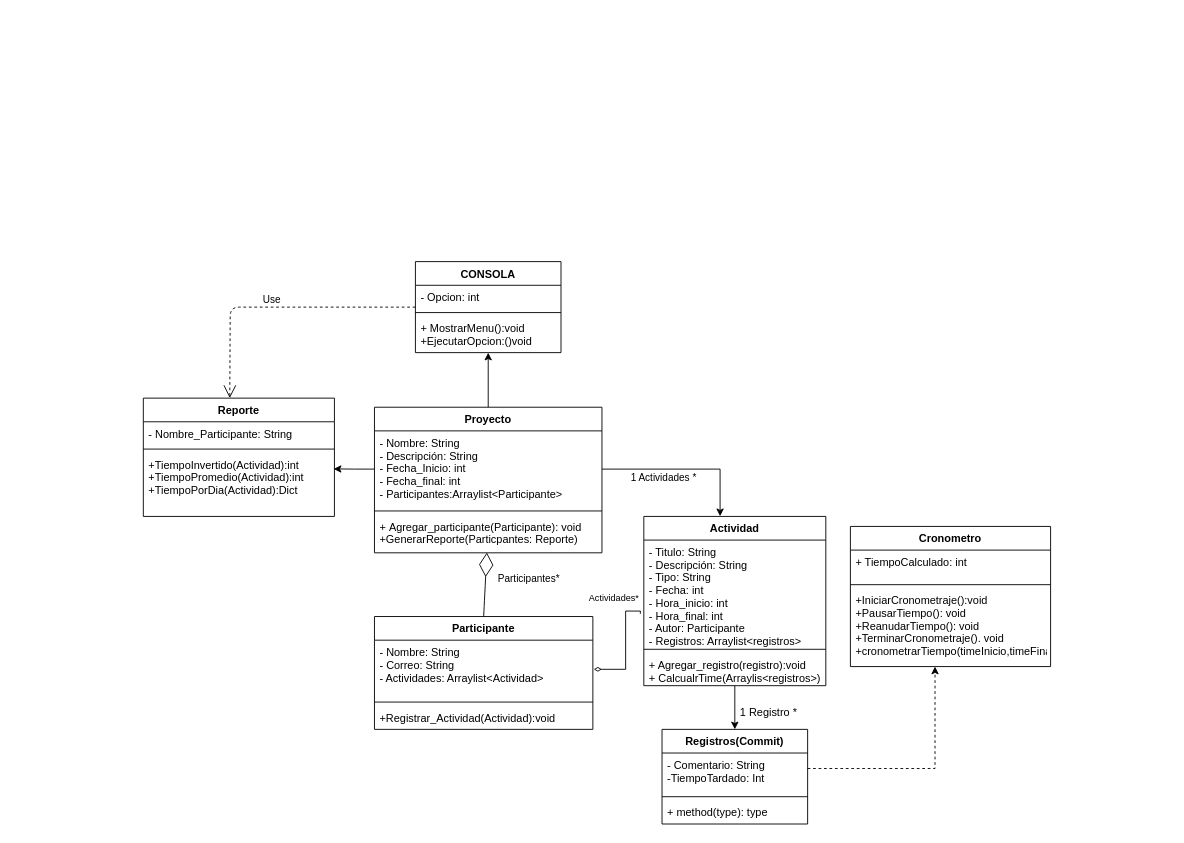
Before: ENTREGA2_P1.drawio in DYPOO-2022-j-vargasr2-n-camargop/ENTREGA1_PROYECTO1_DYPOO, a draw.io diagram. Source tidied: cells renumbered, new cells numbered last; positions are measured from the earlier drawing's top-left corner, leaving out a move shared by most shapes. Both pictures are drawn from the tidied source at 91%, with x=0, y=0 at pixel (143, 261).
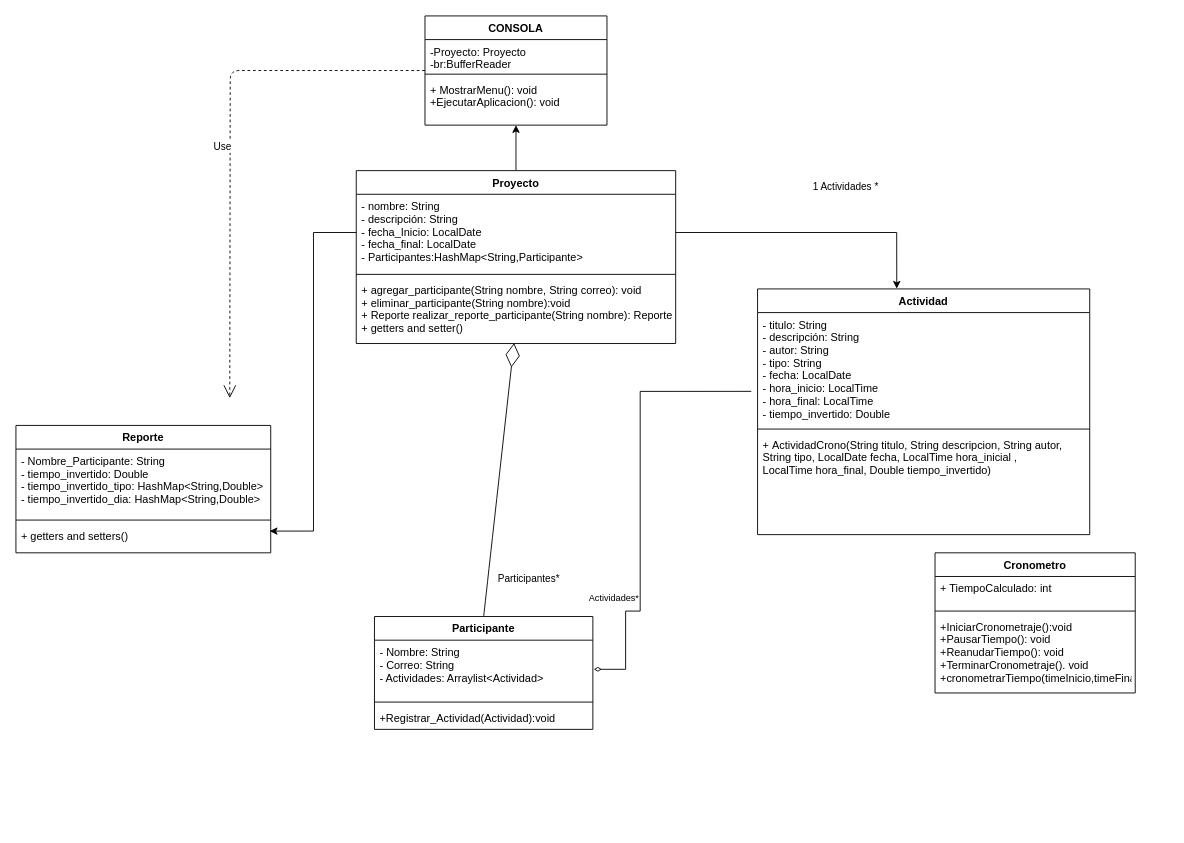
The same diagram, later.

Diff of the diagram source:
```diff
@@
-    <mxCell id="2" style="edgeStyle=orthogonalEdgeStyle;rounded=0;jettySize=auto;html=1;entryX=0.5;entryY=0;entryDx=0;entryDy=0;" parent="1" edge="1" source="3" target="27">
-      <mxGeometry relative="1" as="geometry" />
-    </mxCell>
     <mxCell id="3" value="Actividad" style="swimlane;fontStyle=1;align=center;verticalAlign=top;horizontal=1;startSize=26;" parent="1" vertex="1">
-      <mxGeometry x="550" y="280" width="200" height="186" as="geometry" />
+      <mxGeometry x="675" y="30" width="365" height="270" as="geometry" />
     </mxCell>
-    <mxCell id="4" value="- Titulo: String &#10;- Descripción: String&#10;- Tipo: String&#10;- Fecha: int&#10;- Hora_inicio: int&#10;- Hora_final: int&#10;- Autor: Participante&#10;- Registros: Arraylist&lt;registros&gt;" style="text;strokeColor=none;fillColor=none;align=left;verticalAlign=top;spacingLeft=4;spacingRight=4;overflow=hidden;points=[[0,0.5],[1,0.5]];portConstraint=eastwest;" parent="3" vertex="1">
-      <mxGeometry y="26" width="200" height="116" as="geometry" />
+    <mxCell id="4" value="- titulo: String &#10;- descripción: String&#10;- autor: String&#10;- tipo: String&#10;- fecha: LocalDate&#10;- hora_inicio: LocalTime&#10;- hora_final: LocalTime&#10;- tiempo_invertido: Double" style="text;strokeColor=none;fillColor=none;align=left;verticalAlign=top;spacingLeft=4;spacingRight=4;overflow=hidden;points=[[0,0.5],[1,0.5]];portConstraint=eastwest;" parent="3" vertex="1">
+      <mxGeometry y="26" width="365" height="124" as="geometry" />
     </mxCell>
     <mxCell id="5" style="line;strokeWidth=1;fillColor=none;align=left;verticalAlign=middle;spacingTop=-1;spacingLeft=3;spacingRight=3;labelPosition=right;" parent="3" vertex="1">
-      <mxGeometry y="142" width="200" height="8" as="geometry" />
+      <mxGeometry y="150" width="365" height="8" as="geometry" />
     </mxCell>
-    <mxCell id="6" value="+ Agregar_registro(registro):void&#10;+ CalcualrTime(Arraylis&lt;registros&gt;)" style="text;strokeColor=none;fillColor=none;align=left;verticalAlign=top;spacingLeft=4;spacingRight=4;overflow=hidden;" parent="3" vertex="1">
-      <mxGeometry y="150" width="200" height="36" as="geometry" />
+    <mxCell id="6" value="+ ActividadCrono(String titulo, String descripcion, String autor, &#10;String tipo, LocalDate fecha, LocalTime hora_inicial ,&#10;LocalTime hora_final, Double tiempo_invertido)" style="text;strokeColor=none;fillColor=none;align=left;verticalAlign=top;spacingLeft=4;spacingRight=4;overflow=hidden;" parent="3" vertex="1">
+      <mxGeometry y="158" width="365" height="112" as="geometry" />
     </mxCell>
     <mxCell id="7" value="Reporte" style="swimlane;fontStyle=1;align=center;verticalAlign=top;horizontal=1;startSize=26;" parent="1" vertex="1">
-      <mxGeometry y="150" width="210" height="130" as="geometry" />
+      <mxGeometry x="-140" y="180" width="280" height="140" as="geometry" />
     </mxCell>
-    <mxCell id="8" value="- Nombre_Participante: String" style="text;strokeColor=none;fillColor=none;align=left;verticalAlign=top;spacingLeft=4;spacingRight=4;overflow=hidden;" parent="7" vertex="1">
-      <mxGeometry y="26" width="210" height="26" as="geometry" />
+    <mxCell id="8" value="- Nombre_Participante: String&#10;- tiempo_invertido: Double&#10;- tiempo_invertido_tipo: HashMap&lt;String,Double&gt;&#10;- tiempo_invertido_dia: HashMap&lt;String,Double&gt;" style="text;strokeColor=none;fillColor=none;align=left;verticalAlign=top;spacingLeft=4;spacingRight=4;overflow=hidden;" parent="7" vertex="1">
+      <mxGeometry y="26" width="280" height="74" as="geometry" />
     </mxCell>
     <mxCell id="9" style="line;strokeWidth=1;fillColor=none;align=left;verticalAlign=middle;spacingTop=-1;spacingLeft=3;spacingRight=3;labelPosition=right;" parent="7" vertex="1">
-      <mxGeometry y="52" width="210" height="8" as="geometry" />
+      <mxGeometry y="100" width="280" height="8" as="geometry" />
     </mxCell>
-    <mxCell id="10" value="+TiempoInvertido(Actividad):int&#10;+TiempoPromedio(Actividad):int&#10;+TiempoPorDia(Actividad):Dict" style="text;strokeColor=none;fillColor=none;align=left;verticalAlign=top;spacingLeft=4;spacingRight=4;overflow=hidden;points=[[0,0.5],[1,0.5]];portConstraint=eastwest;" parent="7" vertex="1">
-      <mxGeometry y="60" width="210" height="70" as="geometry" />
+    <mxCell id="10" value="+ getters and setters()" style="text;strokeColor=none;fillColor=none;align=left;verticalAlign=top;spacingLeft=4;spacingRight=4;overflow=hidden;points=[[0,0.5],[1,0.5]];portConstraint=eastwest;" parent="7" vertex="1">
+      <mxGeometry y="108" width="280" height="32" as="geometry" />
     </mxCell>
@@
     <mxCell id="12" value="Proyecto" style="swimlane;fontStyle=1;align=center;verticalAlign=top;horizontal=1;startSize=26;" parent="1" vertex="1">
-      <mxGeometry x="254" y="160" width="250" height="160" as="geometry" />
+      <mxGeometry x="234" y="-100" width="351" height="190" as="geometry" />
     </mxCell>
-    <mxCell id="13" value="- Nombre: String&#10;- Descripción: String&#10;- Fecha_Inicio: int&#10;- Fecha_final: int&#10;- Participantes:Arraylist&lt;Participante&gt;" style="text;strokeColor=none;fillColor=none;align=left;verticalAlign=top;spacingLeft=4;spacingRight=4;overflow=hidden;points=[[0,0.5],[1,0.5]];portConstraint=eastwest;" parent="12" vertex="1">
-      <mxGeometry y="26" width="250" height="84" as="geometry" />
+    <mxCell id="13" value="- nombre: String&#10;- descripción: String&#10;- fecha_Inicio: LocalDate&#10;- fecha_final: LocalDate&#10;- Participantes:HashMap&lt;String,Participante&gt;" style="text;strokeColor=none;fillColor=none;align=left;verticalAlign=top;spacingLeft=4;spacingRight=4;overflow=hidden;points=[[0,0.5],[1,0.5]];portConstraint=eastwest;" parent="12" vertex="1">
+      <mxGeometry y="26" width="351" height="84" as="geometry" />
     </mxCell>
     <mxCell id="14" style="line;strokeWidth=1;fillColor=none;align=left;verticalAlign=middle;spacingTop=-1;spacingLeft=3;spacingRight=3;labelPosition=right;" parent="12" vertex="1">
-      <mxGeometry y="110" width="250" height="8" as="geometry" />
+      <mxGeometry y="110" width="351" height="8" as="geometry" />
     </mxCell>
-    <mxCell id="15" value="+ Agregar_participante(Participante): void&#10;+GenerarReporte(Particpantes: Reporte)" style="text;strokeColor=none;fillColor=none;align=left;verticalAlign=top;spacingLeft=4;spacingRight=4;overflow=hidden;points=[[0,0.5],[1,0.5]];portConstraint=eastwest;" parent="12" vertex="1">
-      <mxGeometry y="118" width="250" height="42" as="geometry" />
+    <mxCell id="15" value="+ agregar_participante(String nombre, String correo): void&#10;+ eliminar_participante(String nombre):void&#10;+ Reporte realizar_reporte_participante(String nombre): Reporte&#10;+ getters and setter()" style="text;strokeColor=none;fillColor=none;align=left;verticalAlign=top;spacingLeft=4;spacingRight=4;overflow=hidden;points=[[0,0.5],[1,0.5]];portConstraint=eastwest;" parent="12" vertex="1">
+      <mxGeometry y="118" width="351" height="72" as="geometry" />
     </mxCell>
@@
-    <mxCell id="26" style="edgeStyle=orthogonalEdgeStyle;rounded=0;jettySize=auto;html=1;dashed=1;" parent="1" edge="1" source="27" target="34">
-      <mxGeometry relative="1" as="geometry">
-        <Array as="points">
-          <mxPoint x="870" y="557" />
-        </Array>
-      </mxGeometry>
-    </mxCell>
-    <mxCell id="27" value="Registros(Commit)" style="swimlane;fontStyle=1;align=center;verticalAlign=top;horizontal=1;startSize=26;" parent="1" vertex="1">
-      <mxGeometry x="570" y="514" width="160" height="104" as="geometry" />
-    </mxCell>
-    <mxCell id="28" value="- Comentario: String&#10;-TiempoTardado: Int" style="text;strokeColor=none;fillColor=none;align=left;verticalAlign=top;spacingLeft=4;spacingRight=4;overflow=hidden;" parent="27" vertex="1">
-      <mxGeometry y="26" width="160" height="44" as="geometry" />
-    </mxCell>
-    <mxCell id="29" style="line;strokeWidth=1;fillColor=none;align=left;verticalAlign=middle;spacingTop=-1;spacingLeft=3;spacingRight=3;labelPosition=right;" parent="27" vertex="1">
-      <mxGeometry y="70" width="160" height="8" as="geometry" />
-    </mxCell>
-    <mxCell id="30" value="+ method(type): type" style="text;strokeColor=none;fillColor=none;align=left;verticalAlign=top;spacingLeft=4;spacingRight=4;overflow=hidden;" parent="27" vertex="1">
-      <mxGeometry y="78" width="160" height="26" as="geometry" />
-    </mxCell>
-    <mxCell id="31" value="1 Registro *" style="text;strokeColor=none;fillColor=none;align=left;verticalAlign=middle;spacingLeft=4;spacingRight=4;overflow=hidden;fontSize=12;direction=east;flipV=1;flipH=0;" parent="1" vertex="1">
-      <mxGeometry x="650" y="485" width="90" height="20" as="geometry" />
-    </mxCell>
     <mxCell id="32" value="1 Actividades *&#10;" style="text;strokeColor=none;fillColor=none;align=left;verticalAlign=middle;spacingLeft=4;spacingRight=4;overflow=hidden;fontSize=11;" parent="1" vertex="1">
-      <mxGeometry x="530" y="230" width="90" height="21" as="geometry" />
+      <mxGeometry x="730" y="-90" width="90" height="21" as="geometry" />
     </mxCell>
@@
     <mxCell id="34" value="Cronometro" style="swimlane;fontStyle=1;align=center;verticalAlign=top;horizontal=1;startSize=26;" parent="1" vertex="1">
-      <mxGeometry x="777" y="291" width="220" height="154" as="geometry" />
+      <mxGeometry x="870" y="320" width="220" height="154" as="geometry" />
     </mxCell>
@@
     <mxCell id="38" value="CONSOLA" style="swimlane;fontStyle=1;align=center;verticalAlign=top;horizontal=1;startSize=26;" parent="1" vertex="1">
-      <mxGeometry x="299" width="160" height="100" as="geometry" />
+      <mxGeometry x="309.5" y="-270" width="200" height="120" as="geometry" />
     </mxCell>
-    <mxCell id="39" value="- Opcion: int" style="text;strokeColor=none;fillColor=none;align=left;verticalAlign=top;spacingLeft=4;spacingRight=4;overflow=hidden;" parent="38" vertex="1">
-      <mxGeometry y="26" width="160" height="26" as="geometry" />
+    <mxCell id="39" value="-Proyecto: Proyecto&#10;-br:BufferReader" style="text;strokeColor=none;fillColor=none;align=left;verticalAlign=top;spacingLeft=4;spacingRight=4;overflow=hidden;" parent="38" vertex="1">
+      <mxGeometry y="26" width="200" height="34" as="geometry" />
     </mxCell>
     <mxCell id="40" style="line;strokeWidth=1;fillColor=none;align=left;verticalAlign=middle;spacingTop=-1;spacingLeft=3;spacingRight=3;labelPosition=right;" parent="38" vertex="1">
-      <mxGeometry y="52" width="160" height="8" as="geometry" />
+      <mxGeometry y="60" width="200" height="8" as="geometry" />
     </mxCell>
-    <mxCell id="41" value="+ MostrarMenu():void&#10;+EjecutarOpcion:()void" style="text;strokeColor=none;fillColor=none;align=left;verticalAlign=top;spacingLeft=4;spacingRight=4;overflow=hidden;" parent="38" vertex="1">
-      <mxGeometry y="60" width="160" height="40" as="geometry" />
+    <mxCell id="41" value="+ MostrarMenu(): void&#10;+EjecutarAplicacion(): void" style="text;strokeColor=none;fillColor=none;align=left;verticalAlign=top;spacingLeft=4;spacingRight=4;overflow=hidden;" parent="38" vertex="1">
+      <mxGeometry y="68" width="200" height="52" as="geometry" />
     </mxCell>
```
